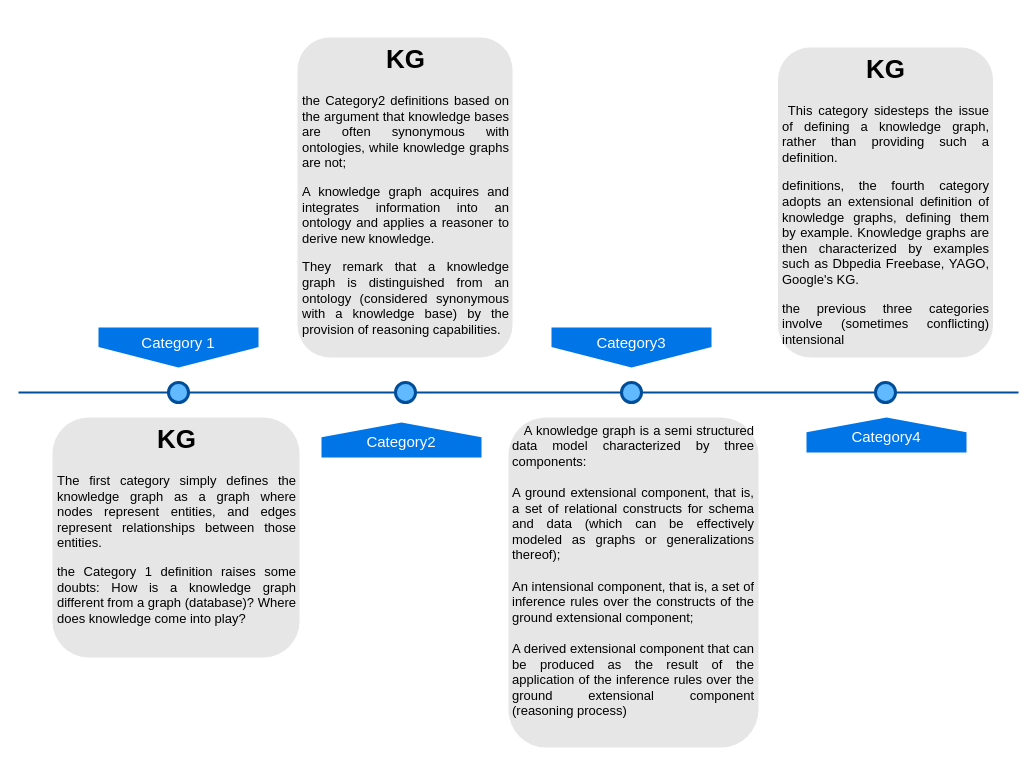
Above: Untitled Diagram.drawio in bilalbenma/codingGame (draw.io), before the change. Source tidied: cells renumbered, new cells numbered last; positions are measured from the earlier drawing's top-left corner, leaving out a move shared by most shapes. Both pictures are drawn from the tidied source at 100%, with x=0, y=0 at pixel (18, 37).
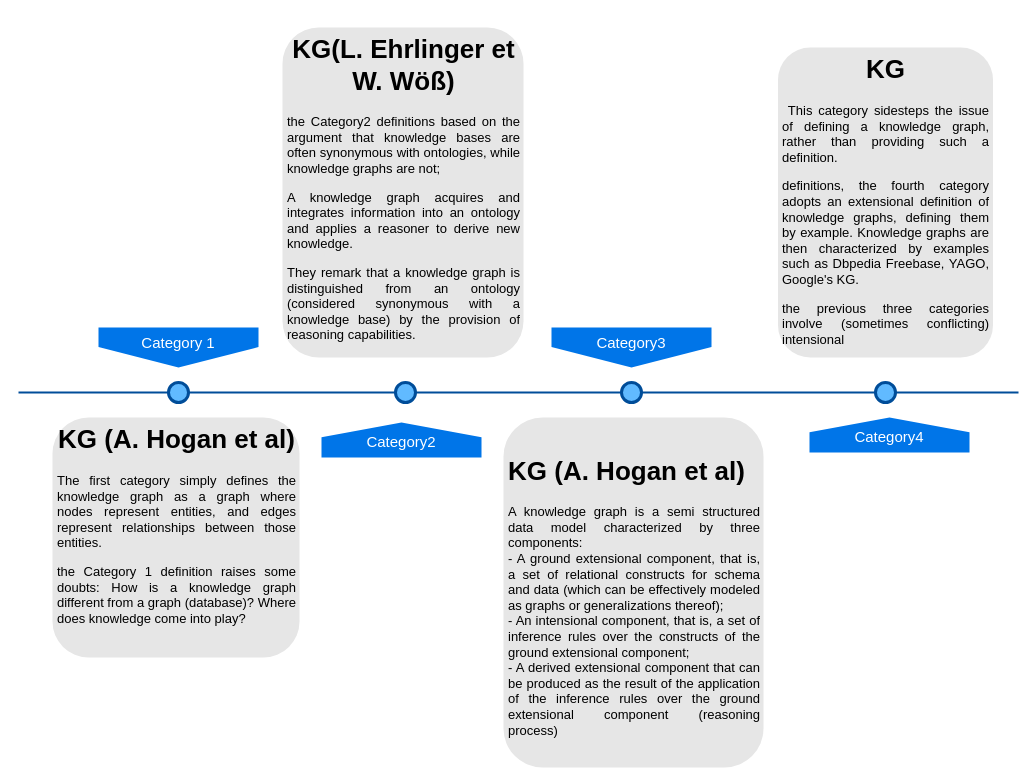
Above is the later version.

Diff of the diagram source:
```diff
@@
 <mxGraphModel>
   <root>
     <mxCell id="0" />
     <mxCell id="1" parent="0" />
     <mxCell id="2" style="line;strokeWidth=2;html=1;fillColor=none;fontSize=28;fontColor=#004D99;strokeColor=#004D99;" parent="1" vertex="1">
       <mxGeometry y="350" width="1000" height="10" as="geometry" />
     </mxCell>
     <mxCell id="3" value="Category 1" style="shape=offPageConnector;whiteSpace=wrap;html=1;fillColor=#0075E8;fontSize=15;fontColor=#FFFFFF;size=0.5093750000000015;verticalAlign=top;strokeColor=none;" parent="1" vertex="1">
       <mxGeometry x="80" y="290" width="160" height="40" as="geometry" />
     </mxCell>
     <mxCell id="4" value="Category3" style="shape=offPageConnector;whiteSpace=wrap;html=1;fillColor=#0075E8;fontSize=15;fontColor=#FFFFFF;size=0.5093750000000015;verticalAlign=top;strokeColor=none;" parent="1" vertex="1">
       <mxGeometry x="533" y="290" width="160" height="40" as="geometry" />
     </mxCell>
     <mxCell id="5" value="Category4" style="shape=offPageConnector;whiteSpace=wrap;html=1;fillColor=#0075E8;fontSize=15;fontColor=#FFFFFF;size=0.4178571428571445;flipV=1;verticalAlign=bottom;strokeColor=none;spacingBottom=4;" parent="1" vertex="1">
-      <mxGeometry x="788" y="380" width="160" height="35" as="geometry" />
+      <mxGeometry x="791" y="380" width="160" height="35" as="geometry" />
     </mxCell>
     <mxCell id="6" style="ellipse;whiteSpace=wrap;html=1;fillColor=#61BAFF;fontSize=28;fontColor=#004D99;strokeWidth=3;strokeColor=#004D99;" parent="1" vertex="1">
       <mxGeometry x="150" y="345" width="20" height="20" as="geometry" />
     </mxCell>
     <mxCell id="7" style="ellipse;whiteSpace=wrap;html=1;fillColor=#61BAFF;fontSize=28;fontColor=#004D99;strokeWidth=3;strokeColor=#004D99;" parent="1" vertex="1">
       <mxGeometry x="377" y="345" width="20" height="20" as="geometry" />
     </mxCell>
     <mxCell id="8" style="ellipse;whiteSpace=wrap;html=1;fillColor=#61BAFF;fontSize=28;fontColor=#004D99;strokeWidth=3;strokeColor=#004D99;" parent="1" vertex="1">
       <mxGeometry x="603" y="345" width="20" height="20" as="geometry" />
     </mxCell>
     <mxCell id="9" style="ellipse;whiteSpace=wrap;html=1;fillColor=#61BAFF;fontSize=28;fontColor=#004D99;strokeWidth=3;strokeColor=#004D99;" parent="1" vertex="1">
       <mxGeometry x="857" y="345" width="20" height="20" as="geometry" />
     </mxCell>
-    <mxCell id="10" value="&lt;h1 align=&quot;center&quot;&gt;KG&lt;/h1&gt;&lt;p align=&quot;justify&quot;&gt;The first category simply defines the knowledge graph as a graph where nodes represent entities, and edges represent relationships between those entities.&lt;/p&gt;&lt;p align=&quot;justify&quot;&gt;the Category 1 definition raises some doubts: How is a knowledge graph different from a graph (database)? Where does knowledge come into play?&lt;br&gt;&lt;/p&gt;" style="text;html=1;spacing=5;spacingTop=-20;whiteSpace=wrap;overflow=hidden;strokeColor=none;strokeWidth=3;fillColor=#E6E6E6;fontSize=13;fontColor=#000000;align=left;rounded=1;" parent="1" vertex="1">
+    <mxCell id="10" value="&lt;h1 align=&quot;center&quot;&gt;KG (A. Hogan et al)&lt;br&gt;&lt;/h1&gt;&lt;p align=&quot;justify&quot;&gt;The first category simply defines the knowledge graph as a graph where nodes represent entities, and edges represent relationships between those entities.&lt;/p&gt;&lt;p align=&quot;justify&quot;&gt;the Category 1 definition raises some doubts: How is a knowledge graph different from a graph (database)? Where does knowledge come into play?&lt;br&gt;&lt;/p&gt;" style="text;html=1;spacing=5;spacingTop=-20;whiteSpace=wrap;overflow=hidden;strokeColor=none;strokeWidth=3;fillColor=#E6E6E6;fontSize=13;fontColor=#000000;align=left;rounded=1;" parent="1" vertex="1">
       <mxGeometry x="34" y="380" width="247" height="240" as="geometry" />
     </mxCell>
-    <mxCell id="11" value="&lt;h1 align=&quot;center&quot;&gt;KG&lt;br&gt;&lt;/h1&gt;&lt;p align=&quot;justify&quot;&gt;the Category2 definitions based on the argument that knowledge bases are often synonymous with ontologies, while knowledge graphs are not;&lt;/p&gt;&lt;p align=&quot;justify&quot;&gt;A knowledge graph acquires and integrates information into an ontology and applies a reasoner to derive new knowledge.&lt;/p&gt;&lt;p align=&quot;justify&quot;&gt;They remark that a knowledge graph is distinguished from an ontology (considered synonymous with a knowledge base) by the provision of reasoning capabilities.&lt;br&gt;&lt;/p&gt;" style="text;html=1;spacing=5;spacingTop=-20;whiteSpace=wrap;overflow=hidden;strokeColor=none;strokeWidth=3;fillColor=#E6E6E6;fontSize=13;fontColor=#000000;align=left;rounded=1;" parent="1" vertex="1">
-      <mxGeometry x="279" width="215" height="320" as="geometry" />
+    <mxCell id="11" value="&lt;h1 align=&quot;center&quot;&gt;KG(L. Ehrlinger et W. Wöß)&lt;br&gt;&lt;/h1&gt;&lt;p align=&quot;justify&quot;&gt;the Category2 definitions based on the argument that knowledge bases are often synonymous with ontologies, while knowledge graphs are not;&lt;/p&gt;&lt;p align=&quot;justify&quot;&gt;A knowledge graph acquires and integrates information into an ontology and applies a reasoner to derive new knowledge.&lt;/p&gt;&lt;p align=&quot;justify&quot;&gt;They remark that a knowledge graph is distinguished from an ontology (considered synonymous with a knowledge base) by the provision of reasoning capabilities.&lt;br&gt;&lt;/p&gt;" style="text;html=1;spacing=5;spacingTop=-20;whiteSpace=wrap;overflow=hidden;strokeColor=none;strokeWidth=3;fillColor=#E6E6E6;fontSize=13;fontColor=#000000;align=left;rounded=1;" parent="1" vertex="1">
+      <mxGeometry x="264" y="-10" width="241" height="330" as="geometry" />
     </mxCell>
-    <mxCell id="12" value="&lt;div&gt;&lt;br&gt;&lt;/div&gt;&lt;div align=&quot;justify&quot;&gt;&amp;nbsp;&amp;nbsp; A knowledge graph is a semi structured data model characterized by three components:&lt;br&gt;&lt;/div&gt;&lt;div&gt;&lt;br&gt;&lt;/div&gt;&lt;div align=&quot;justify&quot;&gt;A ground extensional component, that is, a set of relational constructs for schema and data (which can be effectively modeled as graphs or generalizations thereof);&lt;/div&gt;&lt;div align=&quot;left&quot;&gt;&lt;br&gt;&lt;/div&gt;&lt;div align=&quot;justify&quot;&gt;An intensional component, that is, a set of inference rules over the constructs of the ground extensional component;&lt;/div&gt;&lt;div align=&quot;left&quot;&gt;&lt;br&gt;&lt;/div&gt;&lt;div align=&quot;justify&quot;&gt;A derived extensional component that can be produced as the result of the application of the inference rules over the ground extensional component (reasoning process)&lt;br&gt;&lt;/div&gt;" style="text;html=1;spacing=5;spacingTop=-20;whiteSpace=wrap;overflow=hidden;strokeColor=none;strokeWidth=3;fillColor=#E6E6E6;fontSize=13;fontColor=#000000;align=center;rounded=1;" parent="1" vertex="1">
-      <mxGeometry x="490" y="380" width="250" height="330" as="geometry" />
+    <mxCell id="12" value="&lt;div align=&quot;left&quot;&gt;&lt;br&gt;&lt;/div&gt;&lt;div align=&quot;justify&quot;&gt;&amp;nbsp;&amp;nbsp; &lt;br&gt;&lt;/div&gt;&lt;div align=&quot;justify&quot;&gt;&lt;h1&gt;KG (A. Hogan et al)&lt;/h1&gt;&lt;/div&gt;&lt;div align=&quot;justify&quot;&gt;A knowledge graph is a semi structured data model characterized by three components:&lt;/div&gt;&lt;div align=&quot;justify&quot;&gt;- A ground extensional component, that is, a set of relational constructs for schema and data (which can be effectively modeled as graphs or generalizations thereof);&lt;/div&gt;&lt;div align=&quot;justify&quot;&gt;- An intensional component, that is, a set of inference rules over the constructs of the ground extensional component;&lt;/div&gt;&lt;div align=&quot;justify&quot;&gt;- A derived extensional component that can be produced as the result of the application of the inference rules over the ground extensional component (reasoning process)&lt;br&gt;&lt;/div&gt;" style="text;html=1;spacing=5;spacingTop=-20;whiteSpace=wrap;overflow=hidden;strokeColor=none;strokeWidth=3;fillColor=#E6E6E6;fontSize=13;fontColor=#000000;align=left;rounded=1;" parent="1" vertex="1">
+      <mxGeometry x="485" y="380" width="260" height="350" as="geometry" />
     </mxCell>
     <mxCell id="13" value="&lt;h1&gt;KG&lt;/h1&gt;&lt;p align=&quot;justify&quot;&gt;&amp;nbsp;This category sidesteps the issue of defining a knowledge graph, rather than providing such a definition.&lt;/p&gt;&lt;p align=&quot;justify&quot;&gt;definitions, the fourth category adopts an extensional definition of knowledge graphs, defining them by example. Knowledge graphs are then characterized by examples such as Dbpedia Freebase, YAGO, Google's KG.&lt;/p&gt;&lt;p align=&quot;justify&quot;&gt;the previous three categories involve (sometimes conflicting) intensional&lt;br&gt;&lt;/p&gt;" style="text;html=1;spacing=5;spacingTop=-20;whiteSpace=wrap;overflow=hidden;strokeColor=none;strokeWidth=3;fillColor=#E6E6E6;fontSize=13;fontColor=#000000;align=center;rounded=1;" parent="1" vertex="1">
       <mxGeometry x="759.5" y="10" width="215" height="310" as="geometry" />
     </mxCell>
     <mxCell id="14" value="Category2" style="shape=offPageConnector;whiteSpace=wrap;html=1;fillColor=#0075E8;fontSize=15;fontColor=#FFFFFF;size=0.4178571428571445;flipV=1;verticalAlign=bottom;strokeColor=none;spacingBottom=4;" parent="1" vertex="1">
       <mxGeometry x="303" y="385" width="160" height="35" as="geometry" />
     </mxCell>
   </root>
 </mxGraphModel>
```
